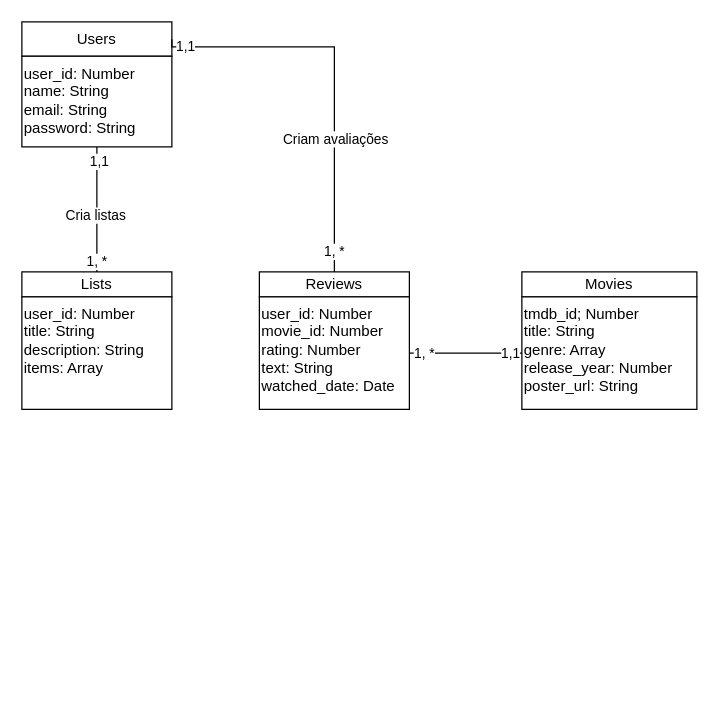
Earlier version of the draw.io diagram Diagrama sem nome.drawio.xml (AryelSants/Calendiario). Source tidied: cells renumbered, new cells numbered last; positions are measured from the earlier drawing's top-left corner, leaving out a move shared by most shapes. Both pictures are drawn from the tidied source at 125%, with x=0, y=0 at pixel (21, 21).
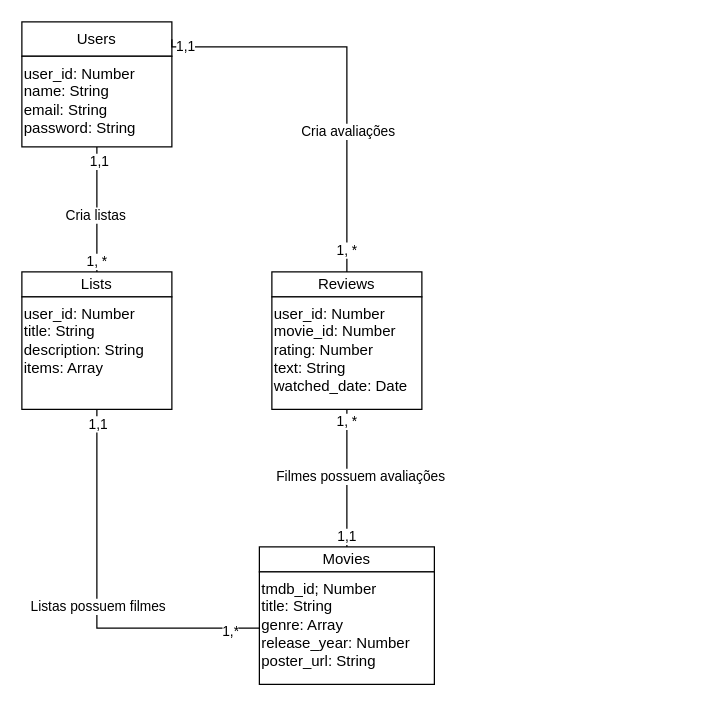
The same page after the edit.

Commit message:
Modify diagram layout and connections

Updated diagram dimensions and adjusted cell positions and connections.

Unchanged cells that the change refers to:
```xml
<mxCell id="6" value="Reviews" style="rounded=0;whiteSpace=wrap;html=1;" parent="5" vertex="1">
  <mxGeometry width="120" height="20" as="geometry" />
</mxCell>
<mxCell id="7" value="&lt;div&gt;&lt;div align=&quot;left&quot;&gt;user_id: Number&lt;/div&gt;&lt;div align=&quot;left&quot;&gt;movie_id: Number&lt;/div&gt;&lt;div align=&quot;left&quot;&gt;rating: Number&lt;/div&gt;&lt;div align=&quot;left&quot;&gt;text: String&lt;/div&gt;&lt;div align=&quot;left&quot;&gt;watched_date: Date&lt;/div&gt;&lt;div align=&quot;left&quot;&gt;&lt;br&gt;&lt;/div&gt;&lt;/div&gt;" style="rounded=0;whiteSpace=wrap;html=1;align=left;verticalAlign=top;" parent="5" vertex="1">
  <mxGeometry y="20" width="120" height="90" as="geometry" />
</mxCell>
<mxCell id="10" value="&lt;div align=&quot;left&quot;&gt;&lt;div&gt;user_id: Number&lt;/div&gt;&lt;div&gt;title: String&lt;/div&gt;&lt;div&gt;description: String&lt;/div&gt;&lt;div&gt;items: Array&lt;/div&gt;&lt;div&gt;&lt;br&gt;&lt;/div&gt;&lt;div&gt;&lt;br&gt;&lt;/div&gt;&lt;/div&gt;" style="rounded=0;whiteSpace=wrap;html=1;align=left;verticalAlign=top;" parent="8" vertex="1">
  <mxGeometry y="20" width="120" height="90" as="geometry" />
</mxCell>
<mxCell id="20" value="Movies" style="rounded=0;whiteSpace=wrap;html=1;" parent="19" vertex="1">
  <mxGeometry width="140" height="20" as="geometry" />
</mxCell>
<mxCell id="21" value="&lt;div align=&quot;left&quot;&gt;tmdb_id; Number&lt;/div&gt;&lt;div align=&quot;left&quot;&gt;title: String&lt;/div&gt;&lt;div align=&quot;left&quot;&gt;genre: Array&lt;/div&gt;&lt;div align=&quot;left&quot;&gt;release_year: Number&lt;/div&gt;&lt;div align=&quot;left&quot;&gt;poster_url: String&lt;/div&gt;" style="rounded=0;whiteSpace=wrap;html=1;align=left;verticalAlign=top;" parent="19" vertex="1">
  <mxGeometry y="20" width="140" height="90" as="geometry" />
</mxCell>
```

Change to the diagram source:
```diff
@@
     <mxCell id="5" style="group;" parent="1" vertex="1">
-      <mxGeometry x="190" y="200" width="120" height="140" as="geometry" />
+      <mxGeometry x="200" y="200" width="120" height="140" as="geometry" />
     </mxCell>
@@
-    <mxCell id="11" style="edgeStyle=orthogonalEdgeStyle;rounded=0;orthogonalLoop=1;jettySize=auto;html=1;entryX=1;entryY=0.5;entryDx=0;entryDy=0;endArrow=none;endFill=0;" parent="1" edge="1">
+    <mxCell id="11" style="edgeStyle=orthogonalEdgeStyle;rounded=0;jettySize=auto;html=1;entryX=1;entryY=0.5;entryDx=0;entryDy=0;endArrow=none;endFill=0;exitX=0.5;exitY=0;exitDx=0;exitDy=0;" parent="1" edge="1" source="6">
       <mxGeometry relative="1" as="geometry">
-        <mxPoint x="250" y="200" as="sourcePoint" />
         <mxPoint x="120" y="13.8" as="targetPoint" />
         <Array as="points">
-          <mxPoint x="250" y="20" />
+          <mxPoint x="260" y="20" />
           <mxPoint x="120" y="20" />
         </Array>
       </mxGeometry>
     </mxCell>
-    <mxCell id="12" value="Criam avaliações" style="edgeLabel;html=1;align=center;verticalAlign=middle;" parent="11" vertex="1">
+    <mxCell id="12" value="Cria avaliações" style="edgeLabel;html=1;align=center;verticalAlign=middle;" parent="11" vertex="1">
       <mxGeometry x="0.04" y="2" relative="1" as="geometry">
         <mxPoint x="2" y="57" as="offset" />
       </mxGeometry>
     </mxCell>
@@
     <mxCell id="19" style="group;labelPosition=right;verticalLabelPosition=bottom;align=left;verticalAlign=middle;textDirection=ltr;" parent="1" vertex="1">
-      <mxGeometry x="400" y="200" width="140" height="110" as="geometry" />
+      <mxGeometry x="190" y="420" width="140" height="110" as="geometry" />
     </mxCell>
@@
-    <mxCell id="22" style="edgeStyle=orthogonalEdgeStyle;rounded=0;jettySize=auto;html=1;exitX=1;exitY=0.5;exitDx=0;exitDy=0;entryX=0;entryY=0.5;entryDx=0;entryDy=0;endArrow=none;endFill=0;" parent="1" edge="1" source="7" target="21">
+    <mxCell id="22" style="edgeStyle=orthogonalEdgeStyle;rounded=0;jettySize=auto;html=1;exitX=0.5;exitY=1;exitDx=0;exitDy=0;entryX=0.5;entryY=0;entryDx=0;entryDy=0;endArrow=none;endFill=0;" parent="1" edge="1" source="7" target="20">
       <mxGeometry relative="1" as="geometry" />
     </mxCell>
@@
+    <mxCell id="25" value="Filmes possuem avaliações" style="edgeLabel;html=1;align=center;verticalAlign=middle;" parent="22" vertex="1">
+      <mxGeometry x="0.12" y="-1" relative="1" as="geometry">
+        <mxPoint x="11" y="-9" as="offset" />
+      </mxGeometry>
+    </mxCell>
+    <mxCell id="26" style="edgeStyle=orthogonalEdgeStyle;rounded=0;jettySize=auto;html=1;entryX=0;entryY=0.5;entryDx=0;entryDy=0;endArrow=none;endFill=0;" parent="1" edge="1" source="10" target="21">
+      <mxGeometry relative="1" as="geometry">
+        <Array as="points">
+          <mxPoint x="60" y="485" />
+        </Array>
+      </mxGeometry>
+    </mxCell>
+    <mxCell id="27" value="Listas possuem filmes" style="edgeLabel;html=1;align=center;verticalAlign=middle;" parent="26" vertex="1">
+      <mxGeometry x="0.03" relative="1" as="geometry" />
+    </mxCell>
+    <mxCell id="28" value="1,1" style="edgeLabel;html=1;align=center;verticalAlign=middle;" parent="26" vertex="1">
+      <mxGeometry x="-0.96" relative="1" as="geometry">
+        <mxPoint y="5" as="offset" />
+      </mxGeometry>
+    </mxCell>
+    <mxCell id="29" value="1,*" style="edgeLabel;html=1;align=center;verticalAlign=middle;" parent="26" vertex="1">
+      <mxGeometry x="0.82" y="-2" relative="1" as="geometry">
+        <mxPoint x="3" as="offset" />
+      </mxGeometry>
+    </mxCell>
```
